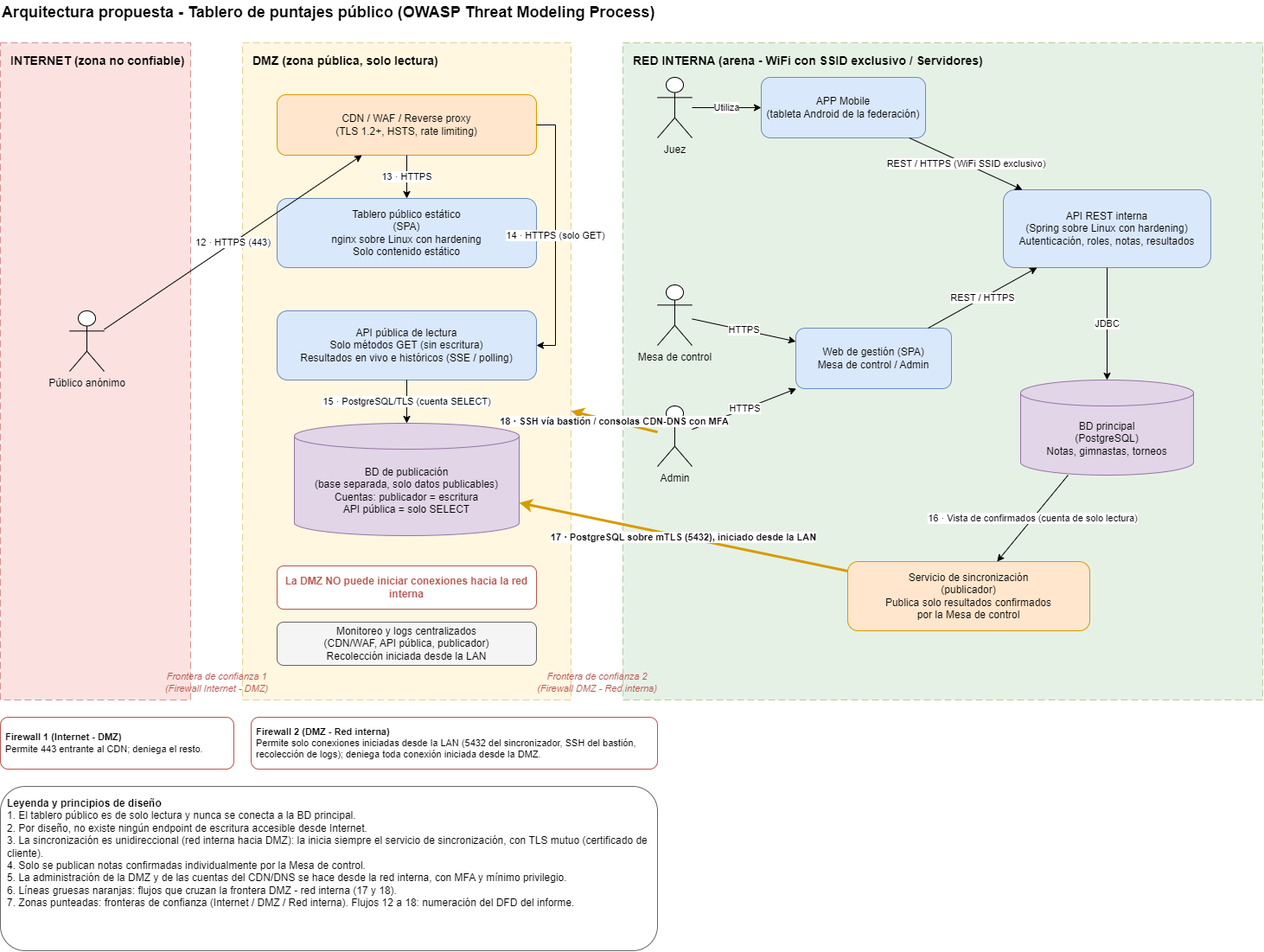
Above: images/diagrama_arquitectura_tablero_publico.png in valentina-blanco/practico5-dssw (draw.io), before the change. Source tidied: cells renumbered, new cells last; positions are measured from the earlier drawing's top-left corner, leaving out a move shared by most shapes. Its diagram source:
```xml
<mxGraphModel>
  <root>
    <mxCell id="0" />
    <mxCell id="1" parent="0" />
    <mxCell id="2" value="Arquitectura propuesta - Tablero de puntajes público (OWASP Threat Modeling Process)" style="text;html=1;strokeColor=none;fillColor=none;align=left;verticalAlign=middle;fontSize=18;fontStyle=1;" parent="1" vertex="1">
      <mxGeometry width="900" height="30" as="geometry" />
    </mxCell>
    <mxCell id="3" value="INTERNET (zona no confiable)" style="rounded=0;whiteSpace=wrap;html=1;dashed=1;dashPattern=8 4;fillColor=#f8cecc;strokeColor=#b85450;verticalAlign=top;align=left;spacingLeft=10;spacingTop=6;fontStyle=1;fontSize=14;opacity=60;" parent="1" vertex="1">
      <mxGeometry y="50" width="220" height="760" as="geometry" />
    </mxCell>
    <mxCell id="4" value="DMZ (zona pública, solo lectura)" style="rounded=0;whiteSpace=wrap;html=1;dashed=1;dashPattern=8 4;fillColor=#fff2cc;strokeColor=#d6b656;verticalAlign=top;align=left;spacingLeft=10;spacingTop=6;fontStyle=1;fontSize=14;opacity=60;" parent="1" vertex="1">
      <mxGeometry x="280" y="50" width="380" height="760" as="geometry" />
    </mxCell>
    <mxCell id="5" value="RED INTERNA (arena - WiFi con SSID exclusivo / Servidores)" style="rounded=0;whiteSpace=wrap;html=1;dashed=1;dashPattern=8 4;fillColor=#d5e8d4;strokeColor=#82b366;verticalAlign=top;align=left;spacingLeft=10;spacingTop=6;fontStyle=1;fontSize=14;opacity=60;" parent="1" vertex="1">
      <mxGeometry x="720" y="50" width="740" height="760" as="geometry" />
    </mxCell>
    <mxCell id="6" value="Frontera de confianza 1&lt;br&gt;(Firewall Internet - DMZ)" style="text;html=1;strokeColor=none;fillColor=none;align=center;verticalAlign=middle;fontSize=11;fontColor=#b85450;fontStyle=2;" parent="1" vertex="1">
      <mxGeometry x="210" y="770" width="80" height="40" as="geometry" />
    </mxCell>
    <mxCell id="7" value="Frontera de confianza 2&lt;br&gt;(Firewall DMZ - Red interna)" style="text;html=1;strokeColor=none;fillColor=none;align=center;verticalAlign=middle;fontSize=11;fontColor=#b85450;fontStyle=2;" parent="1" vertex="1">
      <mxGeometry x="645" y="770" width="90" height="40" as="geometry" />
    </mxCell>
    <mxCell id="8" value="Público anónimo" style="shape=umlActor;verticalLabelPosition=bottom;verticalAlign=top;html=1;outlineConnect=0;fontSize=12;" parent="1" vertex="1">
      <mxGeometry x="80" y="360" width="40" height="70" as="geometry" />
    </mxCell>
    <mxCell id="9" value="CDN / WAF / Reverse proxy&lt;br&gt;(TLS 1.2+, HSTS, rate limiting)" style="rounded=1;whiteSpace=wrap;html=1;fillColor=#ffe6cc;strokeColor=#d79b00;fontSize=12;" parent="1" vertex="1">
      <mxGeometry x="320" y="110" width="300" height="70" as="geometry" />
    </mxCell>
    <mxCell id="10" value="Tablero público estático&lt;br&gt;(SPA)&lt;br&gt;nginx sobre Linux con hardening&lt;br&gt;Solo contenido estático" style="rounded=1;whiteSpace=wrap;html=1;fillColor=#dae8fc;strokeColor=#6c8ebf;fontSize=12;" parent="1" vertex="1">
      <mxGeometry x="320" y="230" width="300" height="80" as="geometry" />
    </mxCell>
    <mxCell id="11" value="API pública de lectura&lt;br&gt;Solo métodos GET (sin escritura)&lt;br&gt;Resultados en vivo e históricos (SSE / polling)" style="rounded=1;whiteSpace=wrap;html=1;fillColor=#dae8fc;strokeColor=#6c8ebf;fontSize=12;" parent="1" vertex="1">
      <mxGeometry x="320" y="360" width="300" height="80" as="geometry" />
    </mxCell>
    <mxCell id="12" value="BD de publicación&lt;br&gt;(base separada, solo datos publicables)&lt;br&gt;Cuentas: publicador = escritura&lt;br&gt;API pública = solo SELECT" style="shape=cylinder3;whiteSpace=wrap;html=1;boundedLbl=1;backgroundOutline=1;size=15;fillColor=#e1d5e7;strokeColor=#9673a6;fontSize=12;" parent="1" vertex="1">
      <mxGeometry x="340" y="490" width="260" height="130" as="geometry" />
    </mxCell>
    <mxCell id="13" value="La DMZ NO puede iniciar conexiones hacia la red interna" style="text;html=1;strokeColor=#b85450;fillColor=#ffffff;align=center;verticalAlign=middle;fontSize=12;fontColor=#b85450;fontStyle=1;whiteSpace=wrap;rounded=1;" parent="1" vertex="1">
      <mxGeometry x="320" y="655" width="300" height="50" as="geometry" />
    </mxCell>
    <mxCell id="14" value="Monitoreo y logs centralizados&lt;br&gt;(CDN/WAF, API pública, publicador)&lt;br&gt;Recolección iniciada desde la LAN" style="rounded=1;whiteSpace=wrap;html=1;fillColor=#f5f5f5;strokeColor=#666666;fontSize=12;" parent="1" vertex="1">
      <mxGeometry x="320" y="720" width="300" height="50" as="geometry" />
    </mxCell>
    <mxCell id="15" value="Juez" style="shape=umlActor;verticalLabelPosition=bottom;verticalAlign=top;html=1;outlineConnect=0;fontSize=12;" parent="1" vertex="1">
      <mxGeometry x="760" y="90" width="40" height="70" as="geometry" />
    </mxCell>
    <mxCell id="16" value="APP Mobile&lt;br&gt;(tableta Android de la federación)" style="rounded=1;whiteSpace=wrap;html=1;fillColor=#dae8fc;strokeColor=#6c8ebf;fontSize=12;" parent="1" vertex="1">
      <mxGeometry x="880" y="90" width="190" height="70" as="geometry" />
    </mxCell>
    <mxCell id="17" value="Mesa de control" style="shape=umlActor;verticalLabelPosition=bottom;verticalAlign=top;html=1;outlineConnect=0;fontSize=12;" parent="1" vertex="1">
      <mxGeometry x="760" y="330" width="40" height="70" as="geometry" />
    </mxCell>
    <mxCell id="18" value="Admin" style="shape=umlActor;verticalLabelPosition=bottom;verticalAlign=top;html=1;outlineConnect=0;fontSize=12;" parent="1" vertex="1">
      <mxGeometry x="760" y="470" width="40" height="70" as="geometry" />
    </mxCell>
    <mxCell id="19" value="Web de gestión (SPA)&lt;br&gt;Mesa de control / Admin" style="rounded=1;whiteSpace=wrap;html=1;fillColor=#dae8fc;strokeColor=#6c8ebf;fontSize=12;" parent="1" vertex="1">
      <mxGeometry x="920" y="380" width="180" height="70" as="geometry" />
    </mxCell>
    <mxCell id="20" value="API REST interna&lt;br&gt;(Spring sobre Linux con hardening)&lt;br&gt;Autenticación, roles, notas, resultados" style="rounded=1;whiteSpace=wrap;html=1;fillColor=#dae8fc;strokeColor=#6c8ebf;fontSize=12;" parent="1" vertex="1">
      <mxGeometry x="1160" y="220" width="240" height="90" as="geometry" />
    </mxCell>
    <mxCell id="21" value="BD principal&lt;br&gt;(PostgreSQL)&lt;br&gt;Notas, gimnastas, torneos" style="shape=cylinder3;whiteSpace=wrap;html=1;boundedLbl=1;backgroundOutline=1;size=15;fillColor=#e1d5e7;strokeColor=#9673a6;fontSize=12;" parent="1" vertex="1">
      <mxGeometry x="1180" y="440" width="200" height="110" as="geometry" />
    </mxCell>
    <mxCell id="22" value="Servicio de sincronización&lt;br&gt;(publicador)&lt;br&gt;Publica solo resultados confirmados&lt;br&gt;por la Mesa de control" style="rounded=1;whiteSpace=wrap;html=1;fillColor=#ffe6cc;strokeColor=#d79b00;fontSize=12;" parent="1" vertex="1">
      <mxGeometry x="980" y="650" width="280" height="80" as="geometry" />
    </mxCell>
    <mxCell id="23" value="12 · HTTPS (443)" style="endArrow=classic;html=1;rounded=0;fontSize=11;" parent="1" edge="1" source="8" target="9">
      <mxGeometry relative="1" as="geometry" />
    </mxCell>
    <mxCell id="24" value="13 · HTTPS" style="endArrow=classic;html=1;rounded=0;fontSize=11;" parent="1" edge="1" source="9" target="10">
      <mxGeometry relative="1" as="geometry" />
    </mxCell>
    <mxCell id="25" value="14 · HTTPS (solo GET)" style="edgeStyle=orthogonalEdgeStyle;endArrow=classic;html=1;rounded=0;fontSize=11;exitX=1;exitY=0.5;exitDx=0;exitDy=0;entryX=1;entryY=0.5;entryDx=0;entryDy=0;" parent="1" edge="1" source="9" target="11">
      <mxGeometry relative="1" as="geometry">
        <Array as="points">
          <mxPoint x="642" y="145" />
          <mxPoint x="642" y="400" />
        </Array>
      </mxGeometry>
    </mxCell>
    <mxCell id="26" value="15 · PostgreSQL/TLS (cuenta SELECT)" style="endArrow=classic;html=1;rounded=0;fontSize=11;" parent="1" edge="1" source="11" target="12">
      <mxGeometry relative="1" as="geometry" />
    </mxCell>
    <mxCell id="27" value="Utiliza" style="endArrow=classic;html=1;rounded=0;fontSize=11;" parent="1" edge="1" source="15" target="16">
      <mxGeometry relative="1" as="geometry" />
    </mxCell>
    <mxCell id="28" value="REST / HTTPS (WiFi SSID exclusivo)" style="endArrow=classic;html=1;rounded=0;fontSize=11;" parent="1" edge="1" source="16" target="20">
      <mxGeometry relative="1" as="geometry" />
    </mxCell>
    <mxCell id="29" value="HTTPS" style="endArrow=classic;html=1;rounded=0;fontSize=11;" parent="1" edge="1" source="17" target="19">
      <mxGeometry relative="1" as="geometry" />
    </mxCell>
    <mxCell id="30" value="HTTPS" style="endArrow=classic;html=1;rounded=0;fontSize=11;" parent="1" edge="1" source="18" target="19">
      <mxGeometry relative="1" as="geometry" />
    </mxCell>
    <mxCell id="31" value="REST / HTTPS" style="endArrow=classic;html=1;rounded=0;fontSize=11;" parent="1" edge="1" source="19" target="20">
      <mxGeometry relative="1" as="geometry" />
    </mxCell>
    <mxCell id="32" value="JDBC" style="endArrow=classic;html=1;rounded=0;fontSize=11;" parent="1" edge="1" source="20" target="21">
      <mxGeometry relative="1" as="geometry" />
    </mxCell>
    <mxCell id="33" value="16 · Vista de confirmados (cuenta de solo lectura)" style="endArrow=classic;html=1;rounded=0;fontSize=11;" parent="1" edge="1" source="21" target="22">
      <mxGeometry relative="1" as="geometry" />
    </mxCell>
    <mxCell id="34" value="17 · PostgreSQL sobre mTLS (5432), iniciado desde la LAN" style="endArrow=classic;html=1;rounded=0;fontSize=11;strokeWidth=3;strokeColor=#d79b00;fontStyle=1;" parent="1" edge="1" source="22" target="12">
      <mxGeometry relative="1" as="geometry" />
    </mxCell>
    <mxCell id="35" value="&lt;b&gt;Leyenda y principios de diseño&lt;/b&gt;&lt;br&gt;1. El tablero público es de solo lectura y nunca se conecta a la BD principal.&lt;br&gt;2. Por diseño, no existe ningún endpoint de escritura accesible desde Internet.&lt;br&gt;3. La sincronización es unidireccional (red interna hacia DMZ): la inicia siempre el servicio de sincronización, con TLS mutuo (certificado de cliente).&lt;br&gt;4. Solo se publican notas confirmadas individualmente por la Mesa de control.&lt;br&gt;5. La administración de la DMZ y de las cuentas del CDN/DNS se hace desde la red interna, con MFA y mínimo privilegio.&lt;br&gt;6. Líneas gruesas naranjas: flujos que cruzan la frontera DMZ - red interna (17 y 18).&lt;br&gt;7. Zonas punteadas: fronteras de confianza (Internet / DMZ / Red interna). Flujos 12 a 18: numeración del DFD del informe." style="text;html=1;strokeColor=#666666;fillColor=#ffffff;align=left;verticalAlign=top;whiteSpace=wrap;fontSize=12;spacing=8;rounded=1;" parent="1" vertex="1">
      <mxGeometry y="910" width="760" height="190" as="geometry" />
    </mxCell>
    <mxCell id="36" value="&lt;b&gt;Firewall 1 (Internet - DMZ)&lt;/b&gt;&lt;br&gt;Permite 443 entrante al CDN; deniega el resto." style="text;html=1;strokeColor=#b85450;fillColor=#ffffff;align=left;verticalAlign=middle;whiteSpace=wrap;fontSize=11;spacing=6;rounded=1;" parent="1" vertex="1">
      <mxGeometry y="830" width="270" height="60" as="geometry" />
    </mxCell>
    <mxCell id="37" value="&lt;b&gt;Firewall 2 (DMZ - Red interna)&lt;/b&gt;&lt;br&gt;Permite solo conexiones iniciadas desde la LAN (5432 del sincronizador, SSH del bastión, recolección de logs); deniega toda conexión iniciada desde la DMZ." style="text;html=1;strokeColor=#b85450;fillColor=#ffffff;align=left;verticalAlign=middle;whiteSpace=wrap;fontSize=11;spacing=6;rounded=1;" parent="1" vertex="1">
      <mxGeometry x="290" y="830" width="470" height="60" as="geometry" />
    </mxCell>
    <mxCell id="38" value="18 · SSH vía bastión / consolas CDN-DNS con MFA" style="endArrow=classic;html=1;rounded=0;fontSize=11;strokeWidth=3;strokeColor=#d79b00;fontStyle=1;" parent="1" edge="1" source="18" target="4">
      <mxGeometry relative="1" as="geometry" />
    </mxCell>
  </root>
</mxGraphModel>
```
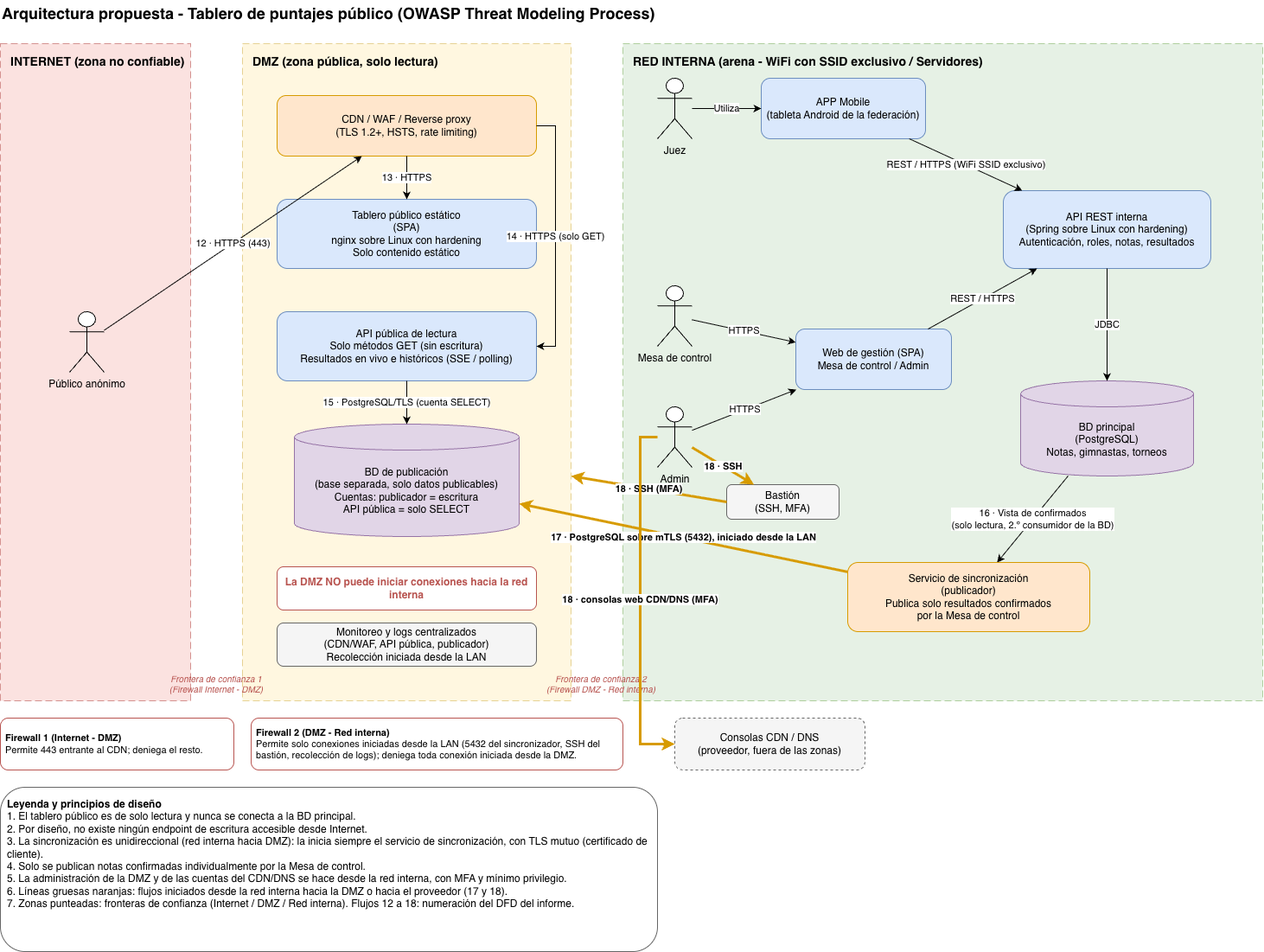
The same diagram one commit later.

Commit message:
ultimos detalle del diagrama

What changed in the source:
```diff
@@ -14,11 +14,11 @@
     <mxCell id="5" value="RED INTERNA (arena - WiFi con SSID exclusivo / Servidores)" style="rounded=0;whiteSpace=wrap;html=1;dashed=1;dashPattern=8 4;fillColor=#d5e8d4;strokeColor=#82b366;verticalAlign=top;align=left;spacingLeft=10;spacingTop=6;fontStyle=1;fontSize=14;opacity=60;" parent="1" vertex="1">
       <mxGeometry x="720" y="50" width="740" height="760" as="geometry" />
     </mxCell>
-    <mxCell id="6" value="Frontera de confianza 1&lt;br&gt;(Firewall Internet - DMZ)" style="text;html=1;strokeColor=none;fillColor=none;align=center;verticalAlign=middle;fontSize=11;fontColor=#b85450;fontStyle=2;" parent="1" vertex="1">
-      <mxGeometry x="210" y="770" width="80" height="40" as="geometry" />
+    <mxCell id="6" value="Frontera de confianza 1&lt;br&gt;(Firewall Internet - DMZ)" style="text;html=1;strokeColor=none;fillColor=none;align=center;verticalAlign=middle;whiteSpace=wrap;fontSize=10;fontColor=#b85450;fontStyle=2;rotation=0;" parent="1" vertex="1">
+      <mxGeometry x="185" y="770" width="130" height="40" as="geometry" />
     </mxCell>
-    <mxCell id="7" value="Frontera de confianza 2&lt;br&gt;(Firewall DMZ - Red interna)" style="text;html=1;strokeColor=none;fillColor=none;align=center;verticalAlign=middle;fontSize=11;fontColor=#b85450;fontStyle=2;" parent="1" vertex="1">
-      <mxGeometry x="645" y="770" width="90" height="40" as="geometry" />
+    <mxCell id="7" value="Frontera de confianza 2&lt;br&gt;(Firewall DMZ - Red interna)" style="text;html=1;strokeColor=none;fillColor=none;align=center;verticalAlign=middle;whiteSpace=wrap;fontSize=10;fontColor=#b85450;fontStyle=2;rotation=0;" parent="1" vertex="1">
+      <mxGeometry x="630" y="770" width="130" height="40" as="geometry" />
     </mxCell>
     <mxCell id="8" value="Público anónimo" style="shape=umlActor;verticalLabelPosition=bottom;verticalAlign=top;html=1;outlineConnect=0;fontSize=12;" parent="1" vertex="1">
       <mxGeometry x="80" y="360" width="40" height="70" as="geometry" />
@@ -65,6 +65,12 @@
     <mxCell id="22" value="Servicio de sincronización&lt;br&gt;(publicador)&lt;br&gt;Publica solo resultados confirmados&lt;br&gt;por la Mesa de control" style="rounded=1;whiteSpace=wrap;html=1;fillColor=#ffe6cc;strokeColor=#d79b00;fontSize=12;" parent="1" vertex="1">
       <mxGeometry x="980" y="650" width="280" height="80" as="geometry" />
     </mxCell>
+    <mxCell id="39" value="Bastión&lt;br&gt;(SSH, MFA)" style="rounded=1;whiteSpace=wrap;html=1;fillColor=#f5f5f5;strokeColor=#666666;fontSize=12;" parent="1" vertex="1">
+      <mxGeometry x="840" y="560" width="130" height="40" as="geometry" />
+    </mxCell>
+    <mxCell id="40" value="Consolas CDN / DNS&lt;br&gt;(proveedor, fuera de las zonas)" style="rounded=1;whiteSpace=wrap;html=1;dashed=1;fillColor=#f5f5f5;strokeColor=#666666;fontSize=12;" parent="1" vertex="1">
+      <mxGeometry x="780" y="830" width="220" height="60" as="geometry" />
+    </mxCell>
     <mxCell id="23" value="12 · HTTPS (443)" style="endArrow=classic;html=1;rounded=0;fontSize=11;" parent="1" edge="1" source="8" target="9">
       <mxGeometry relative="1" as="geometry" />
     </mxCell>
@@ -100,23 +106,34 @@
     <mxCell id="32" value="JDBC" style="endArrow=classic;html=1;rounded=0;fontSize=11;" parent="1" edge="1" source="20" target="21">
       <mxGeometry relative="1" as="geometry" />
     </mxCell>
-    <mxCell id="33" value="16 · Vista de confirmados (cuenta de solo lectura)" style="endArrow=classic;html=1;rounded=0;fontSize=11;" parent="1" edge="1" source="21" target="22">
+    <mxCell id="33" value="16 · Vista de confirmados&lt;br&gt;(solo lectura, 2.º consumidor de la BD)" style="endArrow=classic;html=1;rounded=0;fontSize=11;" parent="1" edge="1" source="21" target="22">
       <mxGeometry relative="1" as="geometry" />
     </mxCell>
     <mxCell id="34" value="17 · PostgreSQL sobre mTLS (5432), iniciado desde la LAN" style="endArrow=classic;html=1;rounded=0;fontSize=11;strokeWidth=3;strokeColor=#d79b00;fontStyle=1;" parent="1" edge="1" source="22" target="12">
       <mxGeometry relative="1" as="geometry" />
     </mxCell>
-    <mxCell id="35" value="&lt;b&gt;Leyenda y principios de diseño&lt;/b&gt;&lt;br&gt;1. El tablero público es de solo lectura y nunca se conecta a la BD principal.&lt;br&gt;2. Por diseño, no existe ningún endpoint de escritura accesible desde Internet.&lt;br&gt;3. La sincronización es unidireccional (red interna hacia DMZ): la inicia siempre el servicio de sincronización, con TLS mutuo (certificado de cliente).&lt;br&gt;4. Solo se publican notas confirmadas individualmente por la Mesa de control.&lt;br&gt;5. La administración de la DMZ y de las cuentas del CDN/DNS se hace desde la red interna, con MFA y mínimo privilegio.&lt;br&gt;6. Líneas gruesas naranjas: flujos que cruzan la frontera DMZ - red interna (17 y 18).&lt;br&gt;7. Zonas punteadas: fronteras de confianza (Internet / DMZ / Red interna). Flujos 12 a 18: numeración del DFD del informe." style="text;html=1;strokeColor=#666666;fillColor=#ffffff;align=left;verticalAlign=top;whiteSpace=wrap;fontSize=12;spacing=8;rounded=1;" parent="1" vertex="1">
+    <mxCell id="35" value="&lt;b&gt;Leyenda y principios de diseño&lt;/b&gt;&lt;br&gt;1. El tablero público es de solo lectura y nunca se conecta a la BD principal.&lt;br&gt;2. Por diseño, no existe ningún endpoint de escritura accesible desde Internet.&lt;br&gt;3. La sincronización es unidireccional (red interna hacia DMZ): la inicia siempre el servicio de sincronización, con TLS mutuo (certificado de cliente).&lt;br&gt;4. Solo se publican notas confirmadas individualmente por la Mesa de control.&lt;br&gt;5. La administración de la DMZ y de las cuentas del CDN/DNS se hace desde la red interna, con MFA y mínimo privilegio.&lt;br&gt;6. Líneas gruesas naranjas: flujos iniciados desde la red interna hacia la DMZ o hacia el proveedor (17 y 18).&lt;br&gt;7. Zonas punteadas: fronteras de confianza (Internet / DMZ / Red interna). Flujos 12 a 18: numeración del DFD del informe." style="text;html=1;strokeColor=#666666;fillColor=#ffffff;align=left;verticalAlign=top;whiteSpace=wrap;fontSize=12;spacing=8;rounded=1;" parent="1" vertex="1">
       <mxGeometry y="910" width="760" height="190" as="geometry" />
     </mxCell>
     <mxCell id="36" value="&lt;b&gt;Firewall 1 (Internet - DMZ)&lt;/b&gt;&lt;br&gt;Permite 443 entrante al CDN; deniega el resto." style="text;html=1;strokeColor=#b85450;fillColor=#ffffff;align=left;verticalAlign=middle;whiteSpace=wrap;fontSize=11;spacing=6;rounded=1;" parent="1" vertex="1">
       <mxGeometry y="830" width="270" height="60" as="geometry" />
     </mxCell>
     <mxCell id="37" value="&lt;b&gt;Firewall 2 (DMZ - Red interna)&lt;/b&gt;&lt;br&gt;Permite solo conexiones iniciadas desde la LAN (5432 del sincronizador, SSH del bastión, recolección de logs); deniega toda conexión iniciada desde la DMZ." style="text;html=1;strokeColor=#b85450;fillColor=#ffffff;align=left;verticalAlign=middle;whiteSpace=wrap;fontSize=11;spacing=6;rounded=1;" parent="1" vertex="1">
-      <mxGeometry x="290" y="830" width="470" height="60" as="geometry" />
+      <mxGeometry x="290" y="830" width="430" height="60" as="geometry" />
     </mxCell>
-    <mxCell id="38" value="18 · SSH vía bastión / consolas CDN-DNS con MFA" style="endArrow=classic;html=1;rounded=0;fontSize=11;strokeWidth=3;strokeColor=#d79b00;fontStyle=1;" parent="1" edge="1" source="18" target="4">
+    <mxCell id="38" value="18 · SSH" style="endArrow=classic;html=1;rounded=0;fontSize=11;strokeWidth=3;strokeColor=#d79b00;fontStyle=1;" parent="1" edge="1" source="18" target="39">
       <mxGeometry relative="1" as="geometry" />
     </mxCell>
+    <mxCell id="41" value="18 · SSH (MFA)" style="endArrow=classic;html=1;rounded=0;fontSize=11;strokeWidth=3;strokeColor=#d79b00;fontStyle=1;exitX=0;exitY=0.5;exitDx=0;exitDy=0;entryX=1;entryY=0.658;entryDx=0;entryDy=0;" parent="1" edge="1" source="39" target="4">
+      <mxGeometry relative="1" as="geometry" />
+    </mxCell>
+    <mxCell id="42" value="18 · consolas web CDN/DNS (MFA)" style="endArrow=classic;html=1;rounded=0;fontSize=11;strokeWidth=3;strokeColor=#d79b00;fontStyle=1;exitX=0;exitY=0.5;exitDx=0;exitDy=0;entryX=0;entryY=0.5;entryDx=0;entryDy=0;" parent="1" edge="1" source="18" target="40">
+      <mxGeometry relative="1" as="geometry">
+        <Array as="points">
+          <mxPoint x="740" y="505" />
+          <mxPoint x="740" y="860" />
+        </Array>
+      </mxGeometry>
+    </mxCell>
   </root>
 </mxGraphModel>
```
